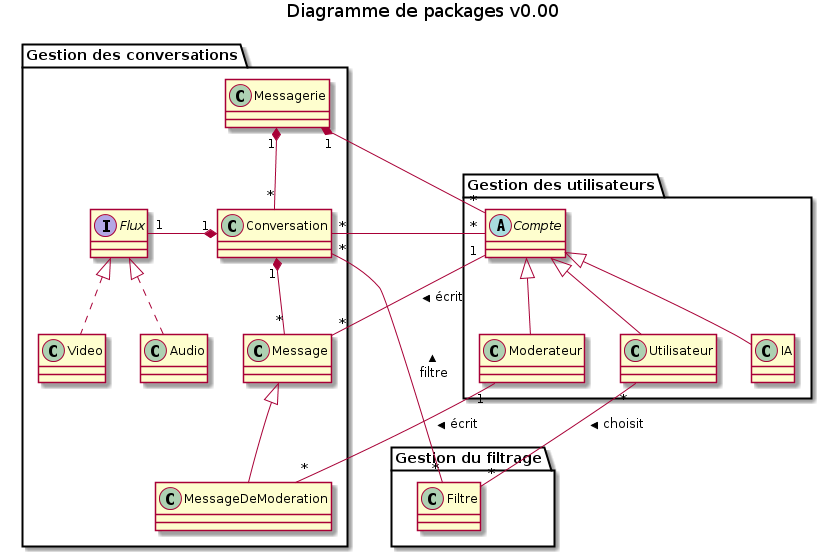
Before: DC/diagrammes/package-diag.png, a diagram exported from PlantUML (gdarchen/WhatsASI).
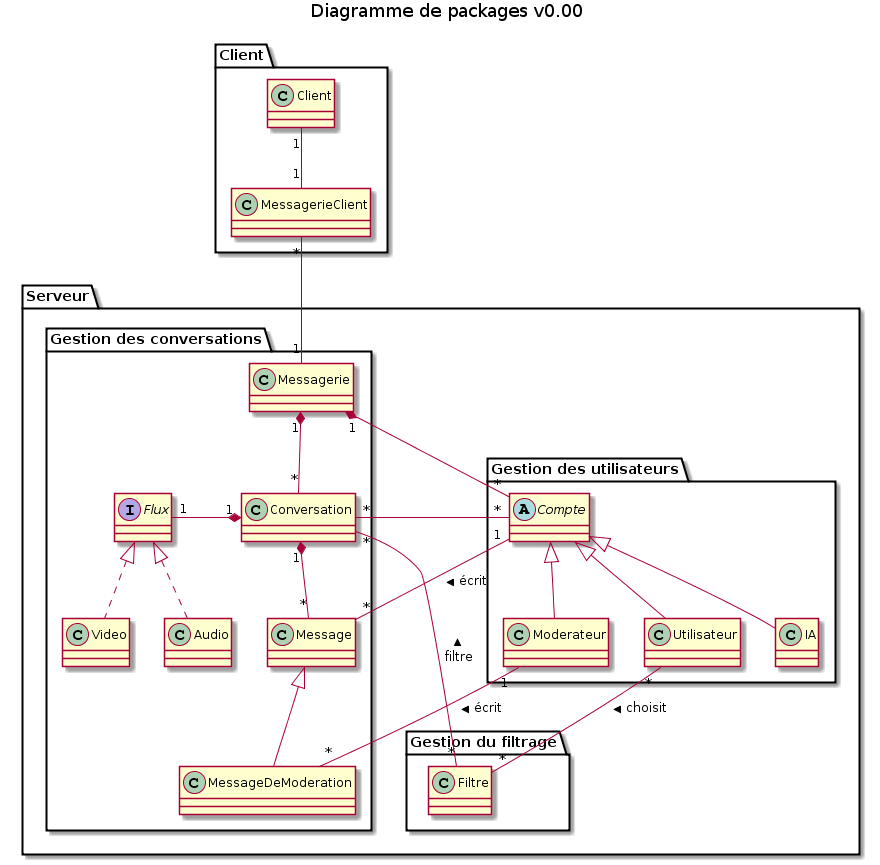
The same file after the commit.

Commit message:
detailled package up

What changed in the source:
```diff
@@ -1,31 +1,42 @@
 @startuml
 title Diagramme de packages v0.00
 
-package "Gestion des conversations"{
-  class Messagerie
-  class Conversation
-  class Video
-  class Audio
-  class Message
-  class MessageDeModeration
-  interface Flux
+package Serveur{
+
+  package "Gestion des conversations"{
+    class Messagerie
+    class Conversation
+    class Video
+    class Audio
+    class Message
+    class MessageDeModeration
+    interface Flux
+  }
+
+  package "Gestion des utilisateurs" {
+    abstract class Compte
+    class Utilisateur
+    class Moderateur
+    class IA
+  }
+
+  package "Gestion du filtrage" {
+    class Filtre
+  }
+
 }
 
-package "Gestion des utilisateurs" {
-  abstract class Compte
-  class Utilisateur
-  class Moderateur
-  class IA
+package "Client" {
+  class MessagerieClient
+  class Client
 }
-
-package "Gestion du filtrage" {
-  class Filtre
-}
-
 
 Messagerie "1" *-down- "*" Conversation
 
 Compte "*" -- "*" Conversation
+
+Client "1" -- "1" MessagerieClient
+MessagerieClient "*" -- "1" Messagerie
 
 Messagerie "1" *-down- "*" Compte
 
```
